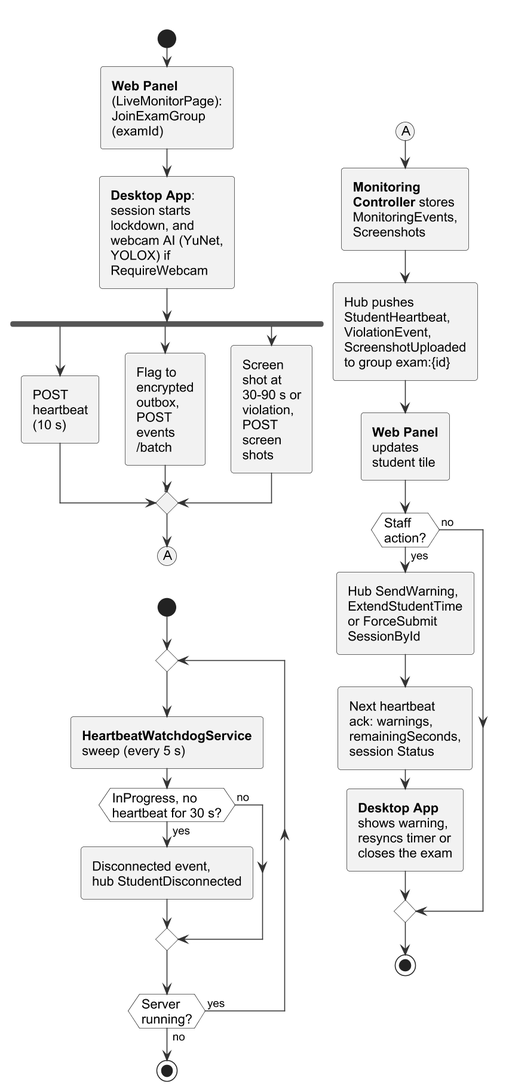
Earlier version of the PlantUML export important docs/fyp_doc_3chatp/Figures/activity_monitoring.png (Haiderali27-hub/AI-Lab-Monitoring-). Its diagram source:
```plantuml
@startuml
!include style.iuml
skinparam defaultFontSize 14
skinparam ArrowFontSize 12

split
  -[hidden]->
  start
  :<b>Web Panel</b>
  (LiveMonitorPage):
  JoinExamGroup
  (examId);
  :<b>Desktop App</b>:
  session starts
  lockdown, and
  webcam AI (YuNet,
  YOLOX) if
  RequireWebcam;
  fork
    :POST
    heartbeat
    (10 s);
  fork again
    :Flag to
    encrypted
    outbox,
    POST
    events
    /batch;
  fork again
    :Screen
    shot at
    30-90 s or
    violation,
    POST
    screen
    shots;
  end merge
  (A)
  detach
  start
  repeat
    :<b>HeartbeatWatchdogService</b>
    sweep (every 5 s);
    if (InProgress, no\nheartbeat for 30 s?) then (yes)
      :Disconnected event,
      hub StudentDisconnected;
    else (no)
    endif
  repeat while (Server\nrunning?) is (yes) not (no)
  stop
split again
  -[hidden]->
  (A)
  :<b>Monitoring</b>
  <b>Controller</b> stores
  MonitoringEvents,
  Screenshots;
  :Hub pushes
  StudentHeartbeat,
  ViolationEvent,
  ScreenshotUploaded
  to group exam:{id};
  :<b>Web Panel</b>
  updates
  student tile;
  if (Staff\naction?) then (yes)
    :Hub SendWarning,
    ExtendStudentTime
    or ForceSubmit
    SessionById;
    :Next heartbeat
    ack: warnings,
    remainingSeconds,
    session Status;
    :<b>Desktop App</b>
    shows warning,
    resyncs timer or
    closes the exam;
  else (no)
  endif
  stop
end split
@enduml
```
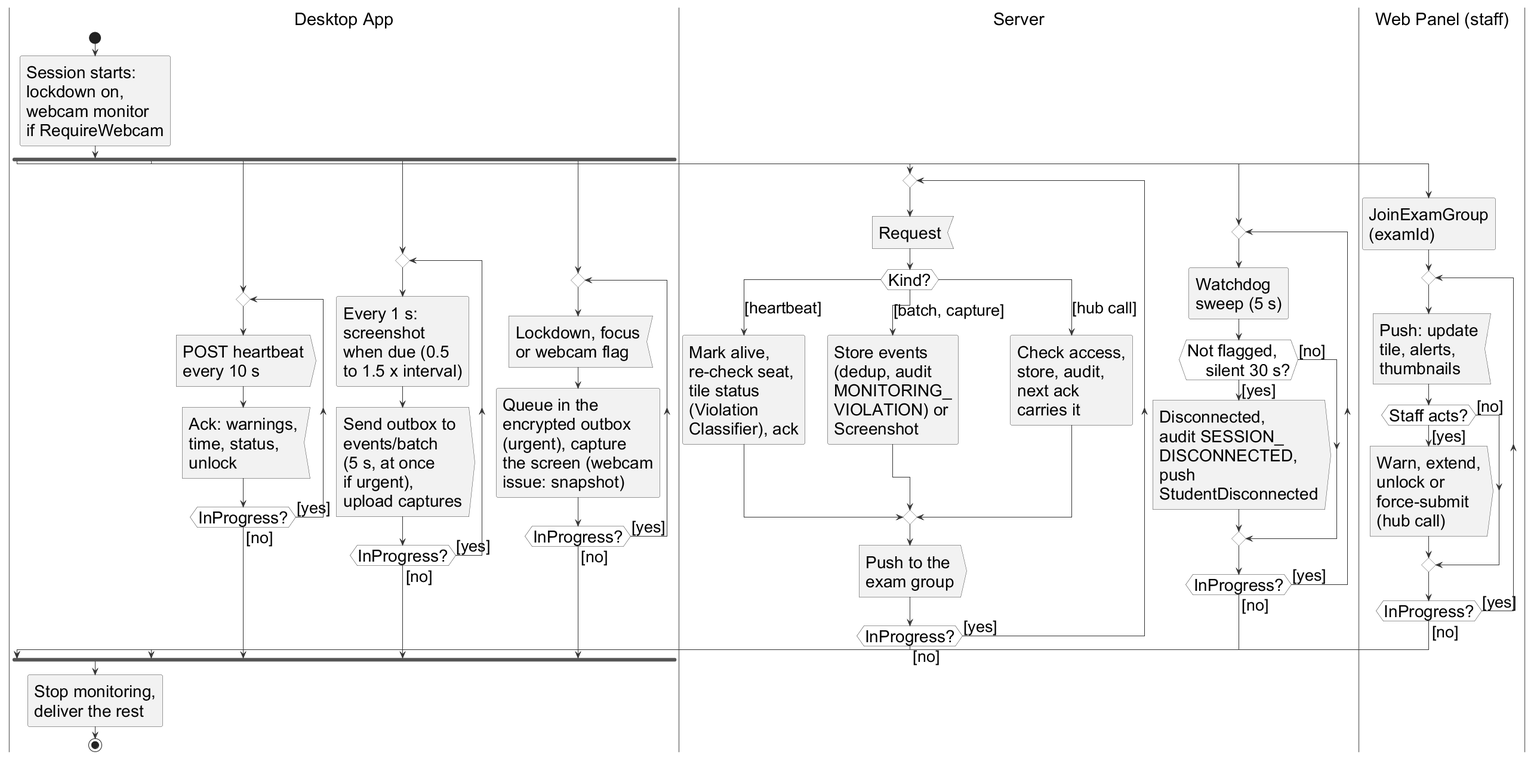
Above is the later version.

Change to the diagram source:
```diff
@@ -1,84 +1,113 @@
 @startuml
 !include style.iuml
-skinparam defaultFontSize 14
-skinparam ArrowFontSize 12
+skinparam dpi 96
+skinparam defaultFontSize 28
+skinparam ArrowFontSize 27
+skinparam padding 1
+skinparam swimlane {
+  BorderColor #777777
+  TitleFontSize 29
+}
+|Desktop App|
+|Server|
+|Web Panel (staff)|
 
-split
-  -[hidden]->
-  start
-  :<b>Web Panel</b>
-  (LiveMonitorPage):
-  JoinExamGroup
+|Desktop App|
+start
+:Session starts:
+lockdown on,
+webcam monitor
+if RequireWebcam;
+fork
+  |Web Panel (staff)|
+  :JoinExamGroup
   (examId);
-  :<b>Desktop App</b>:
-  session starts
-  lockdown, and
-  webcam AI (YuNet,
-  YOLOX) if
-  RequireWebcam;
-  fork
-    :POST
-    heartbeat
-    (10 s);
-  fork again
-    :Flag to
-    encrypted
-    outbox,
-    POST
-    events
-    /batch;
-  fork again
-    :Screen
-    shot at
-    30-90 s or
-    violation,
-    POST
-    screen
-    shots;
-  end merge
-  (A)
-  detach
-  start
   repeat
-    :<b>HeartbeatWatchdogService</b>
-    sweep (every 5 s);
-    if (InProgress, no\nheartbeat for 30 s?) then (yes)
-      :Disconnected event,
-      hub StudentDisconnected;
-    else (no)
+    :Push: update
+    tile, alerts,
+    thumbnails<
+    if (Staff acts?) then ([yes])
+      :Warn, extend,
+      unlock or
+      force-submit
+      (hub call)>
+    else ([no])
     endif
-  repeat while (Server\nrunning?) is (yes) not (no)
-  stop
-split again
-  -[hidden]->
-  (A)
-  :<b>Monitoring</b>
-  <b>Controller</b> stores
-  MonitoringEvents,
-  Screenshots;
-  :Hub pushes
-  StudentHeartbeat,
-  ViolationEvent,
-  ScreenshotUploaded
-  to group exam:{id};
-  :<b>Web Panel</b>
-  updates
-  student tile;
-  if (Staff\naction?) then (yes)
-    :Hub SendWarning,
-    ExtendStudentTime
-    or ForceSubmit
-    SessionById;
-    :Next heartbeat
-    ack: warnings,
-    remainingSeconds,
-    session Status;
-    :<b>Desktop App</b>
-    shows warning,
-    resyncs timer or
-    closes the exam;
-  else (no)
-  endif
-  stop
-end split
+  repeat while (InProgress?) is ([yes]) not ([no])
+fork again
+  |Server|
+  repeat
+    :Request<
+    switch (Kind?)
+    case ([heartbeat])
+      :Mark alive,
+      re-check seat,
+      tile status
+      (Violation
+      Classifier), ack;
+    case ([batch, capture])
+      :Store events
+      (dedup, audit
+      MONITORING_
+      VIOLATION) or
+      Screenshot;
+    case ([hub call])
+      :Check access,
+      store, audit,
+      next ack
+      carries it;
+    endswitch
+    :Push to the
+    exam group>
+  repeat while (InProgress?) is ([yes]) not ([no])
+fork again
+  |Server|
+  repeat
+    :Watchdog
+    sweep (5 s);
+    if (Not flagged,
+    silent 30 s?) then ([yes])
+      :Disconnected,
+      audit SESSION_
+      DISCONNECTED,
+      push
+      StudentDisconnected>
+    else ([no])
+    endif
+  repeat while (InProgress?) is ([yes]) not ([no])
+fork again
+  |Desktop App|
+  repeat
+    :POST heartbeat
+    every 10 s>
+    :Ack: warnings,
+    time, status,
+    unlock<
+  repeat while (InProgress?) is ([yes]) not ([no])
+fork again
+  repeat
+    :Every 1 s:
+    screenshot
+    when due (0.5
+    to 1.5 x interval);
+    :Send outbox to
+    events/batch
+    (5 s, at once
+    if urgent),
+    upload captures>
+  repeat while (InProgress?) is ([yes]) not ([no])
+fork again
+  repeat
+    :Lockdown, focus
+    or webcam flag<
+    :Queue in the
+    encrypted outbox
+    (urgent), capture
+    the screen (webcam
+    issue: snapshot);
+  repeat while (InProgress?) is ([yes]) not ([no])
+end fork
+:Stop monitoring,
+deliver the rest;
+stop
 @enduml
```
